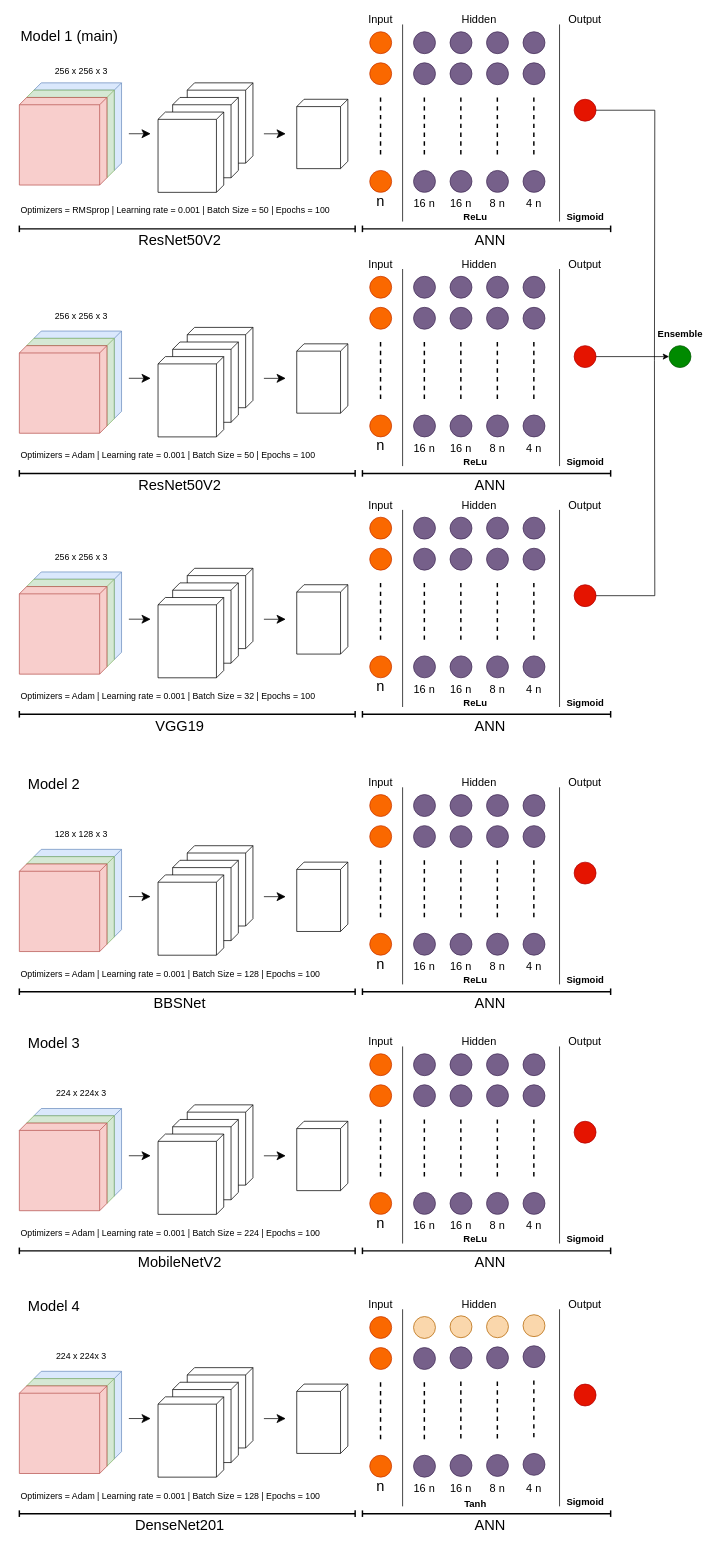
Above: diragram.drawio in Jirayut108/Project-ML-Pork-Safely (draw.io), before the change. Source tidied: cells renumbered, new cells numbered last; positions are measured from the earlier drawing's top-left corner, leaving out a move shared by most shapes. Both pictures are drawn from the tidied source at 73%, with x=0, y=0 at pixel (19, 13).
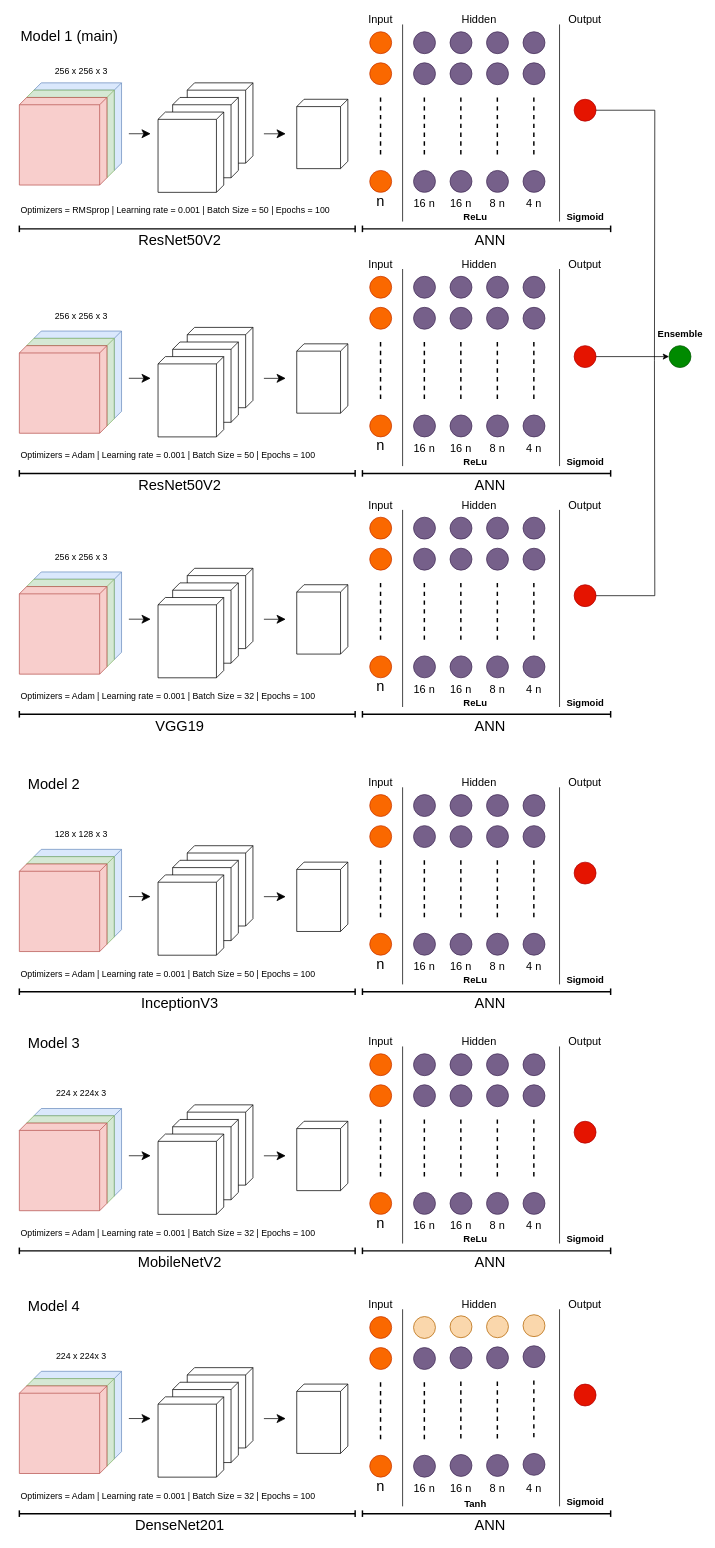
The same page after the edit.

Change to the diagram source:
```diff
@@
-    <mxCell id="182" value="BBSNet" style="text;html=1;whiteSpace=wrap;strokeColor=none;fillColor=none;align=center;verticalAlign=middle;rounded=0;fontSize=20;" parent="1" vertex="1">
+    <mxCell id="182" value="InceptionV3" style="text;html=1;whiteSpace=wrap;strokeColor=none;fillColor=none;align=center;verticalAlign=middle;rounded=0;fontSize=20;" parent="1" vertex="1">
       <mxGeometry x="160" y="1340" width="120" height="30" as="geometry" />
     </mxCell>
@@
-    <mxCell id="224" value="Optimizers = Adam | Learning rate = 0.001 | Batch Size = 128 | Epochs = 100&amp;nbsp;" style="text;html=1;whiteSpace=wrap;strokeColor=none;fillColor=none;align=left;verticalAlign=middle;rounded=0;" parent="1" vertex="1">
+    <mxCell id="224" value="Optimizers = Adam | Learning rate = 0.001 | Batch Size = 50 | Epochs = 100&amp;nbsp;" style="text;html=1;whiteSpace=wrap;strokeColor=none;fillColor=none;align=left;verticalAlign=middle;rounded=0;" parent="1" vertex="1">
       <mxGeometry y="1301" width="440" height="30" as="geometry" />
     </mxCell>
@@
-    <mxCell id="280" value="Optimizers = Adam | Learning rate = 0.001 | Batch Size = 224 | Epochs = 100&amp;nbsp;" style="text;html=1;whiteSpace=wrap;strokeColor=none;fillColor=none;align=left;verticalAlign=middle;rounded=0;" parent="1" vertex="1">
+    <mxCell id="280" value="Optimizers = Adam | Learning rate = 0.001 | Batch Size = 32 | Epochs = 100&amp;nbsp;" style="text;html=1;whiteSpace=wrap;strokeColor=none;fillColor=none;align=left;verticalAlign=middle;rounded=0;" parent="1" vertex="1">
       <mxGeometry y="1656" width="440" height="30" as="geometry" />
     </mxCell>
@@
-    <mxCell id="321" value="Optimizers = Adam | Learning rate = 0.001 | Batch Size = 128 | Epochs = 100&amp;nbsp;" style="text;html=1;whiteSpace=wrap;strokeColor=none;fillColor=none;align=left;verticalAlign=middle;rounded=0;" parent="1" vertex="1">
+    <mxCell id="321" value="Optimizers = Adam | Learning rate = 0.001 | Batch Size = 32 | Epochs = 100&amp;nbsp;" style="text;html=1;whiteSpace=wrap;strokeColor=none;fillColor=none;align=left;verticalAlign=middle;rounded=0;" parent="1" vertex="1">
       <mxGeometry y="2016" width="440" height="30" as="geometry" />
     </mxCell>
```
